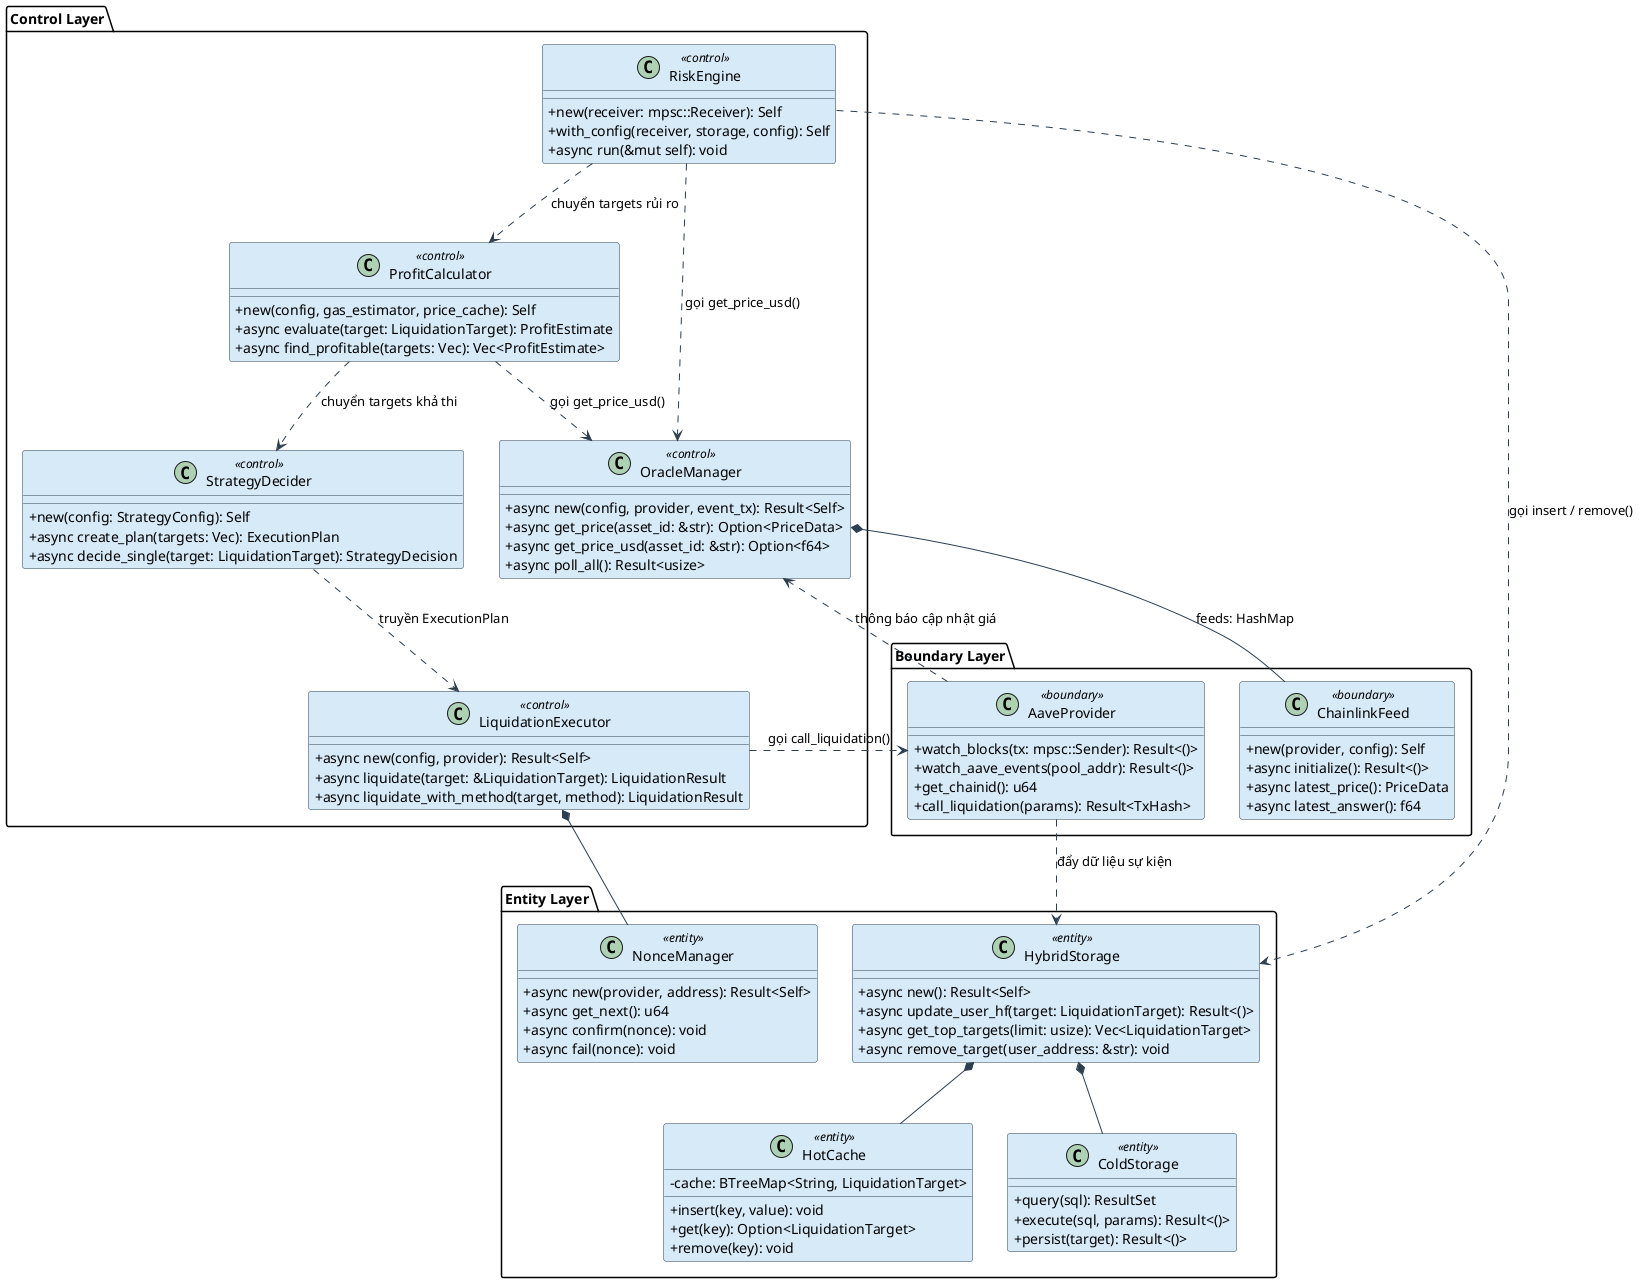
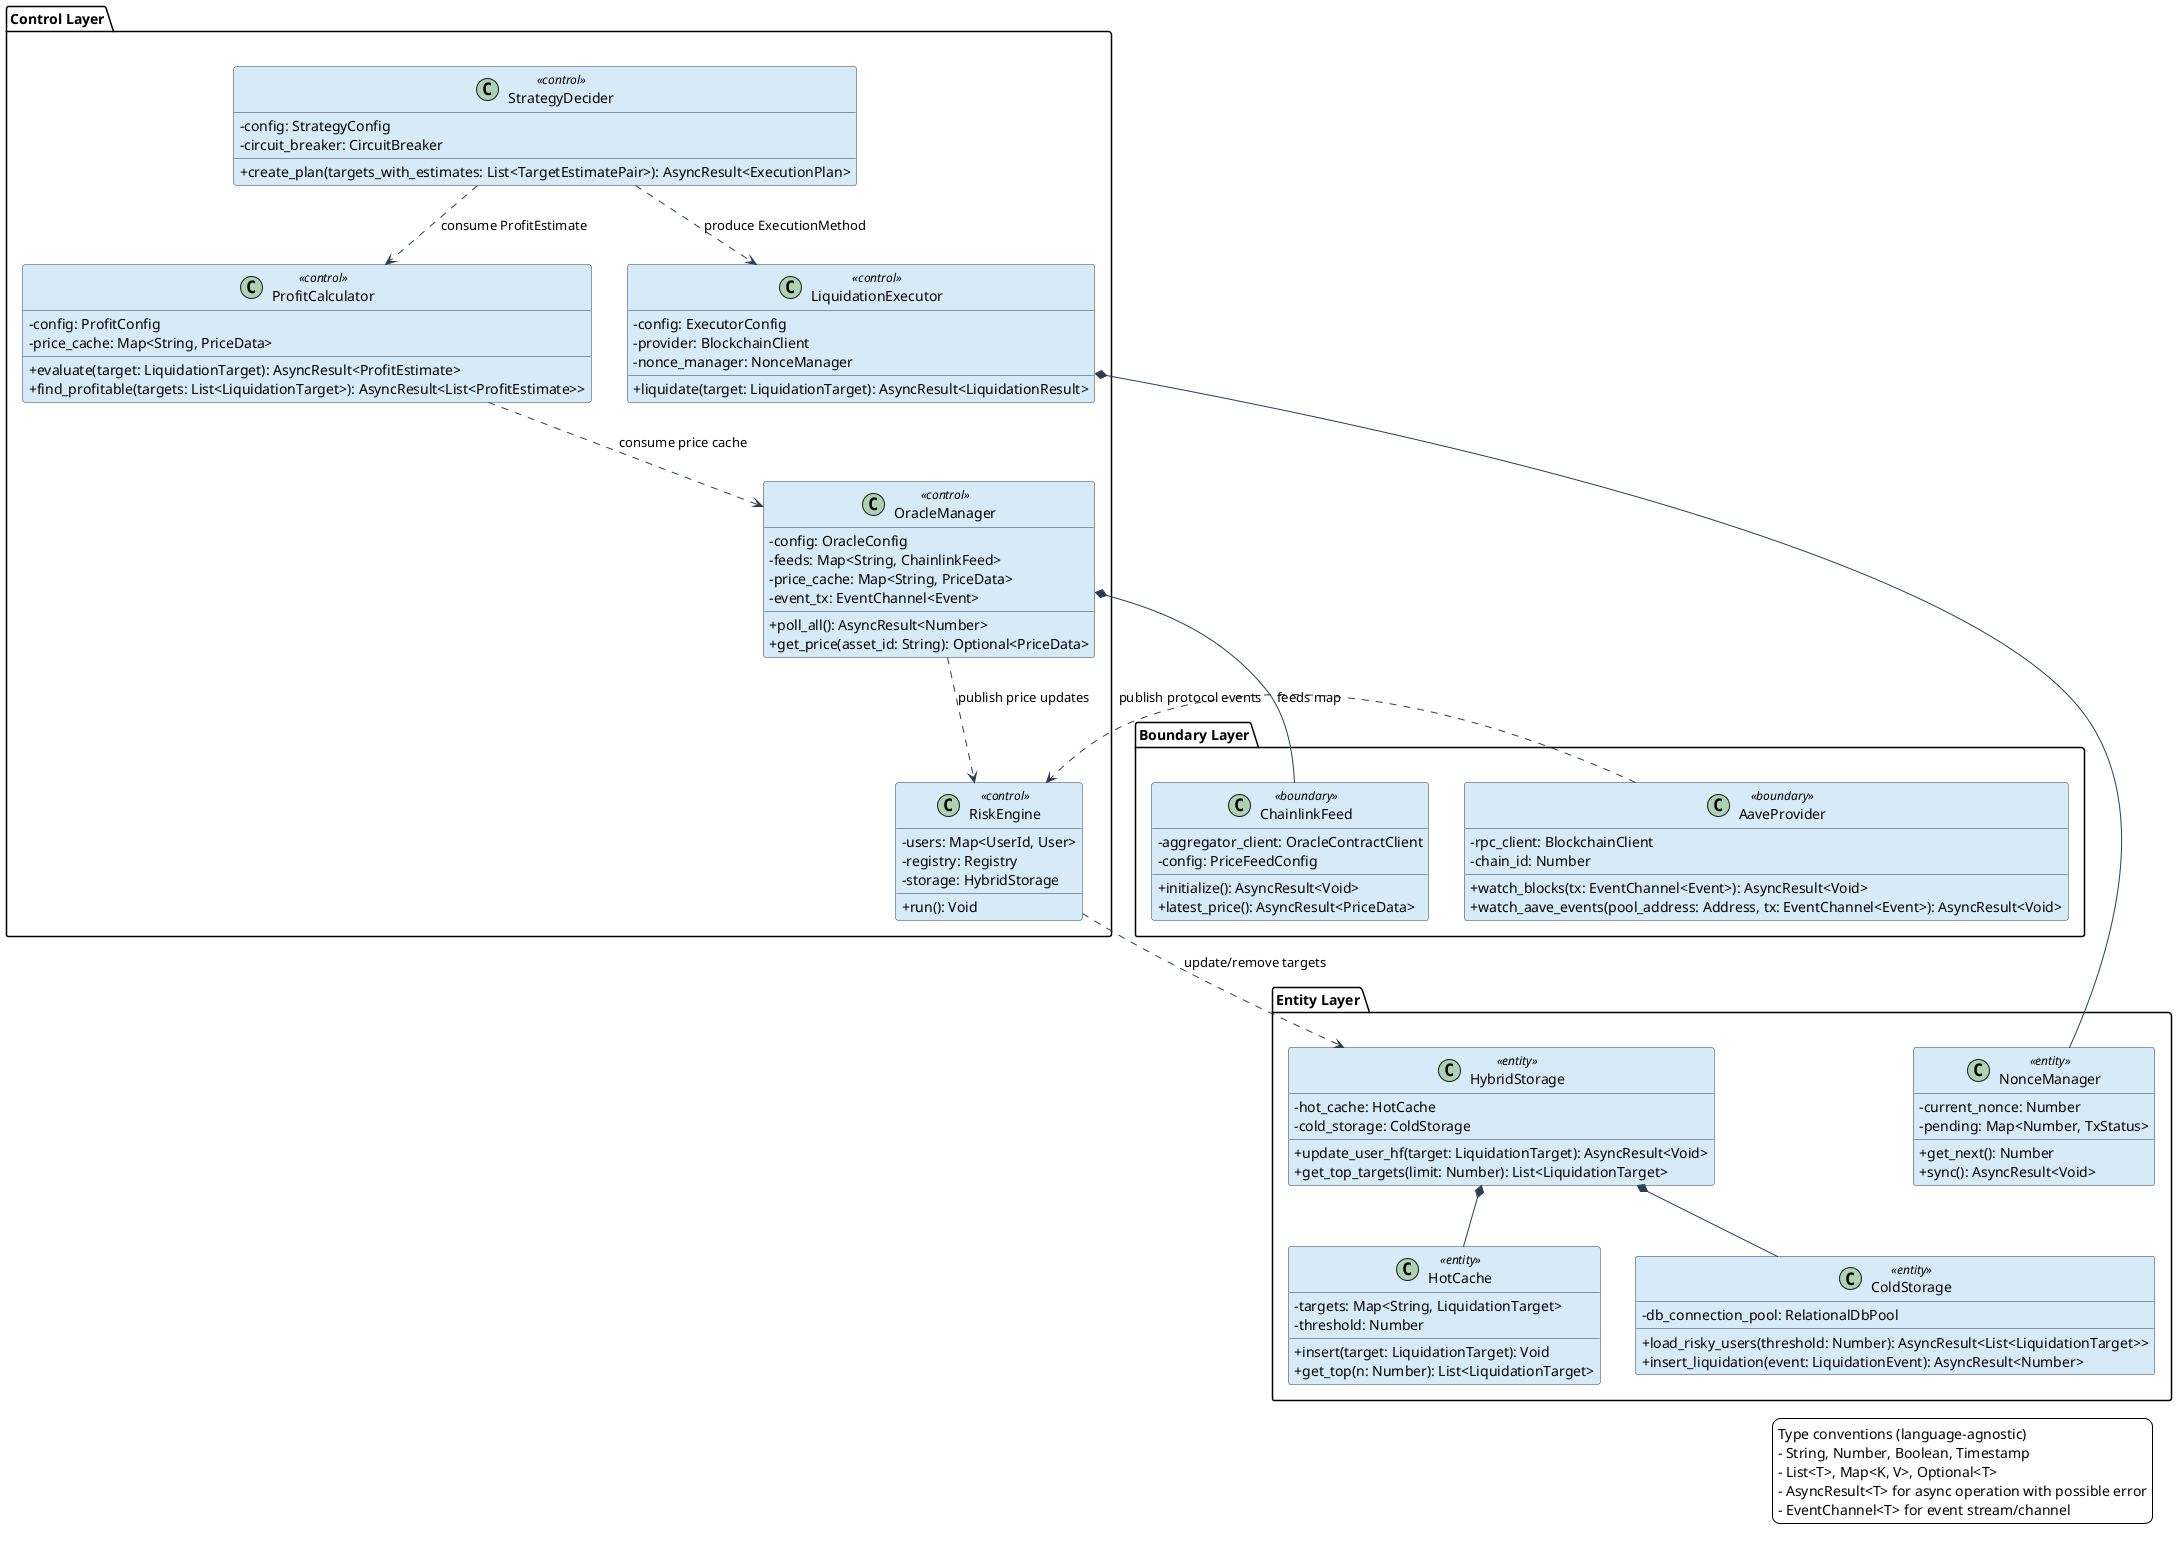
- @startuml system_class_diagram_correct
+ @startuml system_class_diagram
skinparam classAttributeIconSize 0
skinparam backgroundColor #FFFFFF
skinparam class {
    BackgroundColor #D6EAF8
    BorderColor #2C3E50
    ArrowColor #2C3E50
    FontName Arial
}

+ legend right
+   Type conventions (language-agnostic)
+   - String, Number, Boolean, Timestamp
+   - List<T>, Map<K, V>, Optional<T>
+   - AsyncResult<T> for async operation with possible error
+   - EventChannel<T> for event stream/channel
+ endlegend
+ 
' ===================== BOUNDARY =====================
package "Boundary Layer" {
    class AaveProvider <<boundary>> {
-         + watch_blocks(tx: mpsc::Sender): Result<()>
-         + watch_aave_events(pool_addr): Result<()>
-         + get_chainid(): u64
-         + call_liquidation(params): Result<TxHash>
+         - rpc_client: BlockchainClient
+         - chain_id: Number
+         + watch_blocks(tx: EventChannel<Event>): AsyncResult<Void>
+         + watch_aave_events(pool_address: Address, tx: EventChannel<Event>): AsyncResult<Void>
    }

    class ChainlinkFeed <<boundary>> {
-         + new(provider, config): Self
-         + async initialize(): Result<()>
-         + async latest_price(): PriceData
-         + async latest_answer(): f64
+         - aggregator_client: OracleContractClient
+         - config: PriceFeedConfig
+         + initialize(): AsyncResult<Void>
+         + latest_price(): AsyncResult<PriceData>
    }
}

' ===================== CONTROL =====================
package "Control Layer" {
    class OracleManager <<control>> {
-         + async new(config, provider, event_tx): Result<Self>
-         + async get_price(asset_id: &str): Option<PriceData>
-         + async get_price_usd(asset_id: &str): Option<f64>
-         + async poll_all(): Result<usize>
+         - config: OracleConfig
+         - feeds: Map<String, ChainlinkFeed>
+         - price_cache: Map<String, PriceData>
+         - event_tx: EventChannel<Event>
+         + poll_all(): AsyncResult<Number>
+         + get_price(asset_id: String): Optional<PriceData>
    }

    class RiskEngine <<control>> {
-         + new(receiver: mpsc::Receiver): Self
-         + with_config(receiver, storage, config): Self
-         + async run(&mut self): void
+         - users: Map<UserId, User>
+         - registry: Registry
+         - storage: HybridStorage
+         + run(): Void
    }

    class ProfitCalculator <<control>> {
-         + new(config, gas_estimator, price_cache): Self
-         + async evaluate(target: LiquidationTarget): ProfitEstimate
-         + async find_profitable(targets: Vec): Vec<ProfitEstimate>
+         - config: ProfitConfig
+         - price_cache: Map<String, PriceData>
+         + evaluate(target: LiquidationTarget): AsyncResult<ProfitEstimate>
+         + find_profitable(targets: List<LiquidationTarget>): AsyncResult<List<ProfitEstimate>>
    }

    class StrategyDecider <<control>> {
-         + new(config: StrategyConfig): Self
-         + async create_plan(targets: Vec): ExecutionPlan
-         + async decide_single(target: LiquidationTarget): StrategyDecision
+         - config: StrategyConfig
+         - circuit_breaker: CircuitBreaker
+         + create_plan(targets_with_estimates: List<TargetEstimatePair>): AsyncResult<ExecutionPlan>
    }

    class LiquidationExecutor <<control>> {
-         + async new(config, provider): Result<Self>
-         + async liquidate(target: &LiquidationTarget): LiquidationResult
-         + async liquidate_with_method(target, method): LiquidationResult
+         - config: ExecutorConfig
+         - provider: BlockchainClient
+         - nonce_manager: NonceManager
+         + liquidate(target: LiquidationTarget): AsyncResult<LiquidationResult>
    }
}

' ===================== ENTITY =====================
package "Entity Layer" {
    class HybridStorage <<entity>> {
-         + async new(): Result<Self>
-         + async update_user_hf(target: LiquidationTarget): Result<()>
-         + async get_top_targets(limit: usize): Vec<LiquidationTarget>
-         + async remove_target(user_address: &str): void
+         - hot_cache: HotCache
+         - cold_storage: ColdStorage
+         + update_user_hf(target: LiquidationTarget): AsyncResult<Void>
+         + get_top_targets(limit: Number): List<LiquidationTarget>
    }

    class HotCache <<entity>> {
-         - cache: BTreeMap<String, LiquidationTarget>
-         + insert(key, value): void
-         + get(key): Option<LiquidationTarget>
-         + remove(key): void
+         - targets: Map<String, LiquidationTarget>
+         - threshold: Number
+         + insert(target: LiquidationTarget): Void
+         + get_top(n: Number): List<LiquidationTarget>
    }

    class ColdStorage <<entity>> {
-         + query(sql): ResultSet
-         + execute(sql, params): Result<()>
-         + persist(target): Result<()>
+         - db_connection_pool: RelationalDbPool
+         + load_risky_users(threshold: Number): AsyncResult<List<LiquidationTarget>>
+         + insert_liquidation(event: LiquidationEvent): AsyncResult<Number>
    }

    class NonceManager <<entity>> {
-         + async new(provider, address): Result<Self>
-         + async get_next(): u64
-         + async confirm(nonce): void
-         + async fail(nonce): void
+         - current_nonce: Number
+         - pending: Map<Number, TxStatus>
+         + get_next(): Number
+         + sync(): AsyncResult<Void>
    }
}

' ===================== RELATIONSHIPS =====================

' --- Composition ---
HybridStorage *-- HotCache
HybridStorage *-- ColdStorage
- OracleManager *-- ChainlinkFeed : feeds: HashMap
+ OracleManager *-- ChainlinkFeed : feeds map
LiquidationExecutor *-- NonceManager

- ' --- Dependency ---
- AaveProvider ..> HybridStorage      : "đẩy dữ liệu sự kiện"
- AaveProvider ..> OracleManager      : "thông báo cập nhật giá"
- 
- RiskEngine ..> OracleManager        : "gọi get_price_usd()"
- RiskEngine ..> HybridStorage        : "gọi insert / remove()"
- RiskEngine ..> ProfitCalculator     : "chuyển targets rủi ro"
- 
- ProfitCalculator ..> OracleManager  : "gọi get_price_usd()"
- ProfitCalculator ..> StrategyDecider : "chuyển targets khả thi"
- 
- StrategyDecider ..> LiquidationExecutor : "truyền ExecutionPlan"
- LiquidationExecutor ..> AaveProvider    : "gọi call_liquidation()"
+ ' --- Runtime dependencies ---
+ AaveProvider ..> RiskEngine : publish protocol events
+ OracleManager ..> RiskEngine : publish price updates
+ RiskEngine ..> HybridStorage : update/remove targets
+ ProfitCalculator ..> OracleManager : consume price cache
+ StrategyDecider ..> ProfitCalculator : consume ProfitEstimate
+ StrategyDecider ..> LiquidationExecutor : produce ExecutionMethod

@enduml